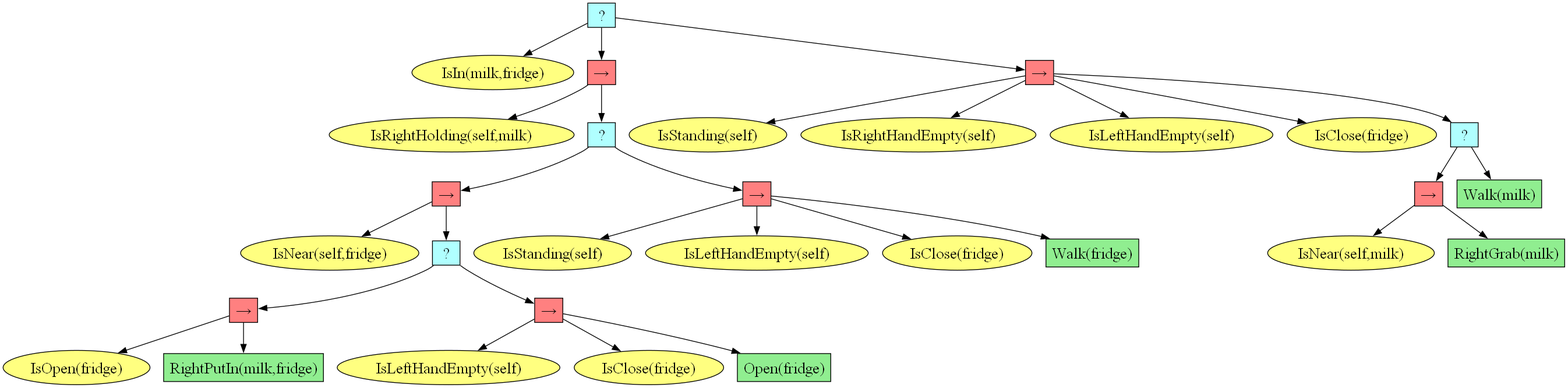
This is test_exp/behavior_tree.png from DIDS-EI/BTPG, a Graphviz export, as it was before one commit. Its source is kept beside it as test_exp/behavior_tree.dot.
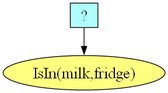
After the change.

Diff of the diagram source:
```diff
@@ -3,63 +3,7 @@
 graph [fontname="times-roman"];
 node [fontname="times-roman"];
 edge [fontname="times-roman"];
-"c7688205-d822-4662-b0c9-2bfce479451b" [fillcolor="#B0FFFF", fontcolor=black, fontsize=20, height=0.01, label=" ? ", shape=box, style=filled, width=0.01];
-"ae48b1bf-c1aa-45d0-afc9-f6ceeea7d884" [fillcolor="#FFFF80", fontcolor=black, fontsize=20, label="IsIn(milk,fridge)", shape=ellipse, style=filled];
-"c7688205-d822-4662-b0c9-2bfce479451b" -> "ae48b1bf-c1aa-45d0-afc9-f6ceeea7d884";
-"100a4e41-2113-4985-a70c-a9d3ca16a3f3" [fillcolor="#FF8080", fontcolor=black, fontsize=20, height=0.01, label="&rarr;", shape=box, style=filled, width=0.01];
-"c7688205-d822-4662-b0c9-2bfce479451b" -> "100a4e41-2113-4985-a70c-a9d3ca16a3f3";
-"48438653-9cce-4dfd-8468-2c7459c35900" [fillcolor="#FFFF80", fontcolor=black, fontsize=20, label="IsRightHolding(self,milk)", shape=ellipse, style=filled];
-"100a4e41-2113-4985-a70c-a9d3ca16a3f3" -> "48438653-9cce-4dfd-8468-2c7459c35900";
-"c4139657-e822-40df-829b-d87a43d762bf" [fillcolor="#B0FFFF", fontcolor=black, fontsize=20, height=0.01, label=" ? ", shape=box, style=filled, width=0.01];
-"100a4e41-2113-4985-a70c-a9d3ca16a3f3" -> "c4139657-e822-40df-829b-d87a43d762bf";
-"3ae56e64-f709-40e7-9c20-b3fd5769cd84" [fillcolor="#FF8080", fontcolor=black, fontsize=20, height=0.01, label="&rarr;", shape=box, style=filled, width=0.01];
-"c4139657-e822-40df-829b-d87a43d762bf" -> "3ae56e64-f709-40e7-9c20-b3fd5769cd84";
-"3d3ffbe0-b7fb-4770-8fc8-be560e5ec0ac" [fillcolor="#FFFF80", fontcolor=black, fontsize=20, label="IsNear(self,fridge)", shape=ellipse, style=filled];
-"3ae56e64-f709-40e7-9c20-b3fd5769cd84" -> "3d3ffbe0-b7fb-4770-8fc8-be560e5ec0ac";
-"66c8e265-5838-49cc-83fa-c169980f49fc" [fillcolor="#B0FFFF", fontcolor=black, fontsize=20, height=0.01, label=" ? ", shape=box, style=filled, width=0.01];
-"3ae56e64-f709-40e7-9c20-b3fd5769cd84" -> "66c8e265-5838-49cc-83fa-c169980f49fc";
-"13195f3a-8574-45e8-b3db-f0c0350d9f56" [fillcolor="#FF8080", fontcolor=black, fontsize=20, height=0.01, label="&rarr;", shape=box, style=filled, width=0.01];
-"66c8e265-5838-49cc-83fa-c169980f49fc" -> "13195f3a-8574-45e8-b3db-f0c0350d9f56";
-"d4527820-4f83-4629-8331-2dd7d59ab13f" [fillcolor="#FFFF80", fontcolor=black, fontsize=20, label="IsOpen(fridge)", shape=ellipse, style=filled];
-"13195f3a-8574-45e8-b3db-f0c0350d9f56" -> "d4527820-4f83-4629-8331-2dd7d59ab13f";
-"da97b922-dc94-4eb4-8929-3769aae792d1" [fillcolor=lightgreen, fontcolor=black, fontsize=20, label="RightPutIn(milk,fridge)", shape=box, style=filled];
-"13195f3a-8574-45e8-b3db-f0c0350d9f56" -> "da97b922-dc94-4eb4-8929-3769aae792d1";
-"5eab764e-2bb2-412a-8f04-e7fa458c0e4f" [fillcolor="#FF8080", fontcolor=black, fontsize=20, height=0.01, label="&rarr;", shape=box, style=filled, width=0.01];
-"66c8e265-5838-49cc-83fa-c169980f49fc" -> "5eab764e-2bb2-412a-8f04-e7fa458c0e4f";
-"425233f8-37ed-4bc8-8aec-2b58bfd41680" [fillcolor="#FFFF80", fontcolor=black, fontsize=20, label="IsLeftHandEmpty(self)", shape=ellipse, style=filled];
-"5eab764e-2bb2-412a-8f04-e7fa458c0e4f" -> "425233f8-37ed-4bc8-8aec-2b58bfd41680";
-"675b364b-e822-4a88-96f6-615ca3b765e1" [fillcolor="#FFFF80", fontcolor=black, fontsize=20, label="IsClose(fridge)", shape=ellipse, style=filled];
-"5eab764e-2bb2-412a-8f04-e7fa458c0e4f" -> "675b364b-e822-4a88-96f6-615ca3b765e1";
-"e83f7452-eb40-4814-9429-a7595b9d20dd" [fillcolor=lightgreen, fontcolor=black, fontsize=20, label="Open(fridge)", shape=box, style=filled];
-"5eab764e-2bb2-412a-8f04-e7fa458c0e4f" -> "e83f7452-eb40-4814-9429-a7595b9d20dd";
-"4b62cca9-1c18-4dba-aad9-d83a62057697" [fillcolor="#FF8080", fontcolor=black, fontsize=20, height=0.01, label="&rarr;", shape=box, style=filled, width=0.01];
-"c4139657-e822-40df-829b-d87a43d762bf" -> "4b62cca9-1c18-4dba-aad9-d83a62057697";
-"d3edb552-658a-46ed-9b51-f656b5af4041" [fillcolor="#FFFF80", fontcolor=black, fontsize=20, label="IsStanding(self)", shape=ellipse, style=filled];
-"4b62cca9-1c18-4dba-aad9-d83a62057697" -> "d3edb552-658a-46ed-9b51-f656b5af4041";
-"4b2bc372-5c63-4575-b497-8f2d05e8f5f7" [fillcolor="#FFFF80", fontcolor=black, fontsize=20, label="IsLeftHandEmpty(self)", shape=ellipse, style=filled];
-"4b62cca9-1c18-4dba-aad9-d83a62057697" -> "4b2bc372-5c63-4575-b497-8f2d05e8f5f7";
-"e19f6ec3-da29-466e-bbde-3c3e915ee099" [fillcolor="#FFFF80", fontcolor=black, fontsize=20, label="IsClose(fridge)", shape=ellipse, style=filled];
-"4b62cca9-1c18-4dba-aad9-d83a62057697" -> "e19f6ec3-da29-466e-bbde-3c3e915ee099";
-"0f4bfef8-c01c-43f5-a64b-c18158663964" [fillcolor=lightgreen, fontcolor=black, fontsize=20, label="Walk(fridge)", shape=box, style=filled];
-"4b62cca9-1c18-4dba-aad9-d83a62057697" -> "0f4bfef8-c01c-43f5-a64b-c18158663964";
-"34989963-512b-4ea7-aee9-b9853af4fb1a" [fillcolor="#FF8080", fontcolor=black, fontsize=20, height=0.01, label="&rarr;", shape=box, style=filled, width=0.01];
-"c7688205-d822-4662-b0c9-2bfce479451b" -> "34989963-512b-4ea7-aee9-b9853af4fb1a";
-"e29a4e56-f597-4acf-9b5c-4d0d422c48b8" [fillcolor="#FFFF80", fontcolor=black, fontsize=20, label="IsStanding(self)", shape=ellipse, style=filled];
-"34989963-512b-4ea7-aee9-b9853af4fb1a" -> "e29a4e56-f597-4acf-9b5c-4d0d422c48b8";
-"93962b33-25f8-42cd-9fbe-938fccf03844" [fillcolor="#FFFF80", fontcolor=black, fontsize=20, label="IsRightHandEmpty(self)", shape=ellipse, style=filled];
-"34989963-512b-4ea7-aee9-b9853af4fb1a" -> "93962b33-25f8-42cd-9fbe-938fccf03844";
-"0ba8cfa8-90f9-450b-af38-45784415f1e5" [fillcolor="#FFFF80", fontcolor=black, fontsize=20, label="IsLeftHandEmpty(self)", shape=ellipse, style=filled];
-"34989963-512b-4ea7-aee9-b9853af4fb1a" -> "0ba8cfa8-90f9-450b-af38-45784415f1e5";
-"f319aa3c-40ec-40b5-86b7-2db81039c985" [fillcolor="#FFFF80", fontcolor=black, fontsize=20, label="IsClose(fridge)", shape=ellipse, style=filled];
-"34989963-512b-4ea7-aee9-b9853af4fb1a" -> "f319aa3c-40ec-40b5-86b7-2db81039c985";
-"bf8bbeba-260c-4503-b782-381ee3cefb14" [fillcolor="#B0FFFF", fontcolor=black, fontsize=20, height=0.01, label=" ? ", shape=box, style=filled, width=0.01];
-"34989963-512b-4ea7-aee9-b9853af4fb1a" -> "bf8bbeba-260c-4503-b782-381ee3cefb14";
-"9d624908-fe9c-4c1d-b10b-f8e81710ba36" [fillcolor="#FF8080", fontcolor=black, fontsize=20, height=0.01, label="&rarr;", shape=box, style=filled, width=0.01];
-"bf8bbeba-260c-4503-b782-381ee3cefb14" -> "9d624908-fe9c-4c1d-b10b-f8e81710ba36";
-"1058e5d2-0406-456e-bdcb-d8eb777b1c45" [fillcolor="#FFFF80", fontcolor=black, fontsize=20, label="IsNear(self,milk)", shape=ellipse, style=filled];
-"9d624908-fe9c-4c1d-b10b-f8e81710ba36" -> "1058e5d2-0406-456e-bdcb-d8eb777b1c45";
-"d68b480e-c005-4549-bb4e-482b957f0d77" [fillcolor=lightgreen, fontcolor=black, fontsize=20, label="RightGrab(milk)", shape=box, style=filled];
-"9d624908-fe9c-4c1d-b10b-f8e81710ba36" -> "d68b480e-c005-4549-bb4e-482b957f0d77";
-"ac99761f-52bc-40f4-86e9-3741a9f1bb85" [fillcolor=lightgreen, fontcolor=black, fontsize=20, label="Walk(milk)", shape=box, style=filled];
-"bf8bbeba-260c-4503-b782-381ee3cefb14" -> "ac99761f-52bc-40f4-86e9-3741a9f1bb85";
+"8ee43380-e039-4f63-89b6-c508308becea" [fillcolor="#B0FFFF", fontcolor=black, fontsize=20, height=0.01, label=" ? ", shape=box, style=filled, width=0.01];
+"f46b4779-ab77-4aab-80d0-36f83cb2ecdf" [fillcolor="#FFFF80", fontcolor=black, fontsize=20, label="IsIn(milk,fridge)", shape=ellipse, style=filled];
+"8ee43380-e039-4f63-89b6-c508308becea" -> "f46b4779-ab77-4aab-80d0-36f83cb2ecdf";
 }
```
